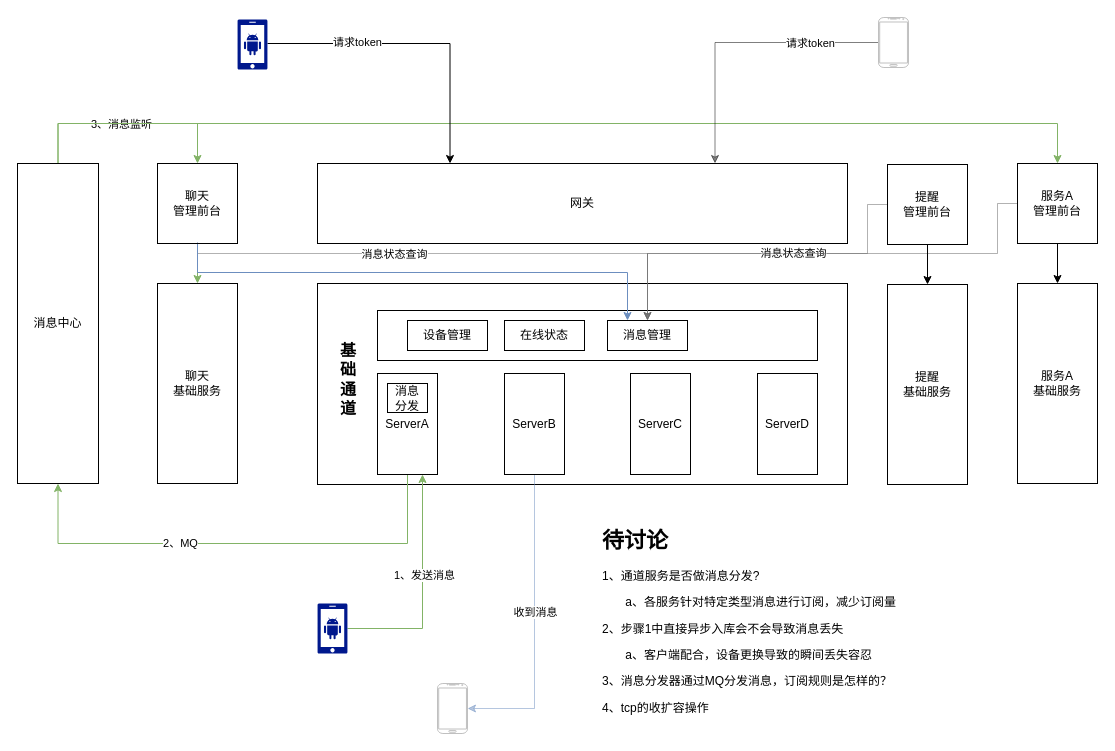
Earlier version of the draw.io diagram page "聊天系统" (14 of 14) of 业务系统架构.drawio (NonePro/UML). Source tidied: cells renumbered, new cells numbered last; positions are measured from the earlier drawing's top-left corner, leaving out a move shared by most shapes. Both pictures are drawn from the tidied source at 100%, with x=0, y=0 at pixel (17, 17).
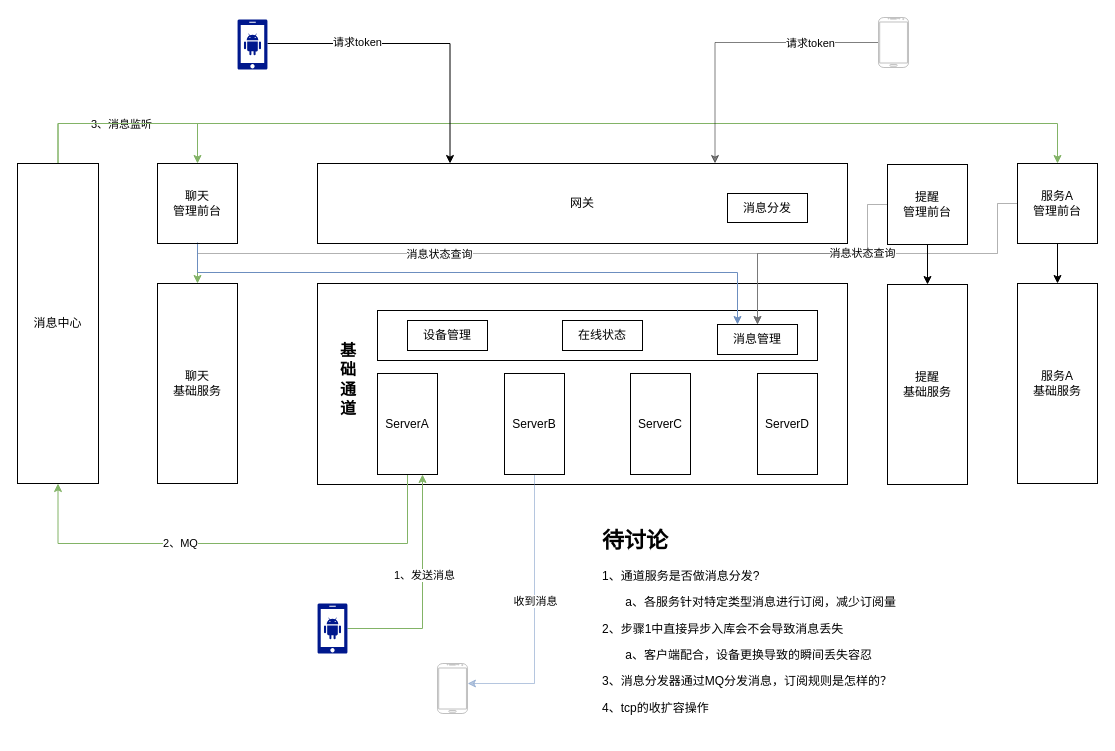
After the change.

Commit message:
Update 业务系统架构.drawio

Unchanged cells that the change refers to:
```xml
<mxCell id="9" value="ServerB" style="rounded=0;whiteSpace=wrap;html=1;strokeColor=#000000;fillColor=none;" parent="1" vertex="1">
  <mxGeometry x="487" y="356" width="60" height="101" as="geometry" />
</mxCell>
<mxCell id="25" value="聊天&lt;br&gt;管理前台" style="rounded=0;whiteSpace=wrap;html=1;strokeColor=#000000;fillColor=none;" parent="1" vertex="1">
  <mxGeometry x="140" y="146" width="80" height="80" as="geometry" />
</mxCell>
<mxCell id="30" value="服务A&lt;br&gt;管理前台" style="rounded=0;whiteSpace=wrap;html=1;strokeColor=#000000;fillColor=none;" parent="1" vertex="1">
  <mxGeometry x="1000" y="146" width="80" height="80" as="geometry" />
</mxCell>
<mxCell id="39" value="提醒&lt;br&gt;管理前台" style="rounded=0;whiteSpace=wrap;html=1;strokeColor=#000000;fillColor=none;" parent="1" vertex="1">
  <mxGeometry x="870" y="147" width="80" height="80" as="geometry" />
</mxCell>
```

Diff of the diagram source:
```diff
@@
     <mxCell id="7" style="edgeStyle=orthogonalEdgeStyle;rounded=0;jettySize=auto;html=1;opacity=50;fillColor=#dae8fc;strokeColor=#6c8ebf;" parent="1" edge="1" source="9" target="44">
       <mxGeometry relative="1" as="geometry">
         <Array as="points">
-          <mxPoint x="517" y="691" />
+          <mxPoint x="517" y="666" />
         </Array>
       </mxGeometry>
     </mxCell>
@@
     <mxCell id="14" value="在线状态" style="rounded=0;whiteSpace=wrap;html=1;strokeColor=#000000;fillColor=none;" parent="1" vertex="1">
-      <mxGeometry x="487" y="303" width="80" height="30" as="geometry" />
+      <mxGeometry x="545" y="303" width="80" height="30" as="geometry" />
     </mxCell>
     <mxCell id="15" value="消息管理" style="rounded=0;whiteSpace=wrap;html=1;strokeColor=#000000;fillColor=none;" parent="1" vertex="1">
-      <mxGeometry x="590" y="303" width="80" height="30" as="geometry" />
+      <mxGeometry x="700" y="307" width="80" height="30" as="geometry" />
     </mxCell>
@@
     <mxCell id="22" style="edgeStyle=orthogonalEdgeStyle;rounded=0;jettySize=auto;html=1;entryX=0.5;entryY=0;entryDx=0;entryDy=0;fillColor=#f5f5f5;strokeColor=#666666;opacity=50;" parent="1" edge="1" source="25" target="15">
       <mxGeometry relative="1" as="geometry">
         <Array as="points">
           <mxPoint x="180" y="236" />
-          <mxPoint x="630" y="236" />
+          <mxPoint x="740" y="236" />
         </Array>
       </mxGeometry>
     </mxCell>
@@
     <mxCell id="24" style="edgeStyle=orthogonalEdgeStyle;rounded=0;jettySize=auto;html=1;entryX=0.25;entryY=0;entryDx=0;entryDy=0;fillColor=#dae8fc;strokeColor=#6c8ebf;" parent="1" edge="1" target="15">
       <mxGeometry relative="1" as="geometry">
         <mxPoint x="180" y="225" as="sourcePoint" />
         <Array as="points">
           <mxPoint x="180" y="255" />
-          <mxPoint x="610" y="255" />
+          <mxPoint x="720" y="255" />
         </Array>
       </mxGeometry>
     </mxCell>
@@
     <mxCell id="28" style="edgeStyle=orthogonalEdgeStyle;rounded=0;jettySize=auto;html=1;entryX=0.5;entryY=0;entryDx=0;entryDy=0;fillColor=#f5f5f5;strokeColor=#666666;opacity=50;" parent="1" edge="1" source="30" target="15">
       <mxGeometry relative="1" as="geometry">
         <Array as="points">
           <mxPoint x="980" y="186" />
           <mxPoint x="980" y="236" />
-          <mxPoint x="630" y="236" />
+          <mxPoint x="740" y="236" />
         </Array>
       </mxGeometry>
     </mxCell>
@@
-    <mxCell id="35" value="消息&lt;br&gt;分发" style="rounded=0;whiteSpace=wrap;html=1;strokeColor=#000000;fillColor=none;" parent="1" vertex="1">
-      <mxGeometry x="370" y="366" width="40" height="29" as="geometry" />
+    <mxCell id="35" value="消息分发" style="rounded=0;whiteSpace=wrap;html=1;strokeColor=#000000;fillColor=none;" parent="1" vertex="1">
+      <mxGeometry x="710" y="176" width="80" height="29" as="geometry" />
     </mxCell>
@@
     <mxCell id="37" style="edgeStyle=orthogonalEdgeStyle;rounded=0;jettySize=auto;html=1;entryX=0.5;entryY=0;entryDx=0;entryDy=0;exitX=0;exitY=0.5;exitDx=0;exitDy=0;fillColor=#f5f5f5;strokeColor=#666666;opacity=50;" parent="1" edge="1" source="39" target="15">
       <mxGeometry relative="1" as="geometry">
         <Array as="points">
           <mxPoint x="850" y="187" />
           <mxPoint x="850" y="236" />
-          <mxPoint x="630" y="236" />
+          <mxPoint x="740" y="236" />
         </Array>
       </mxGeometry>
     </mxCell>
@@
     <mxCell id="44" style="verticalLabelPosition=bottom;verticalAlign=top;html=1;shadow=0;dashed=0;strokeWidth=1;shape=mxgraph.android.phone2;strokeColor=#c0c0c0;fillColor=none;" parent="1" vertex="1">
-      <mxGeometry x="420" y="666" width="30" height="50" as="geometry" />
+      <mxGeometry x="420" y="646" width="30" height="50" as="geometry" />
     </mxCell>
```
